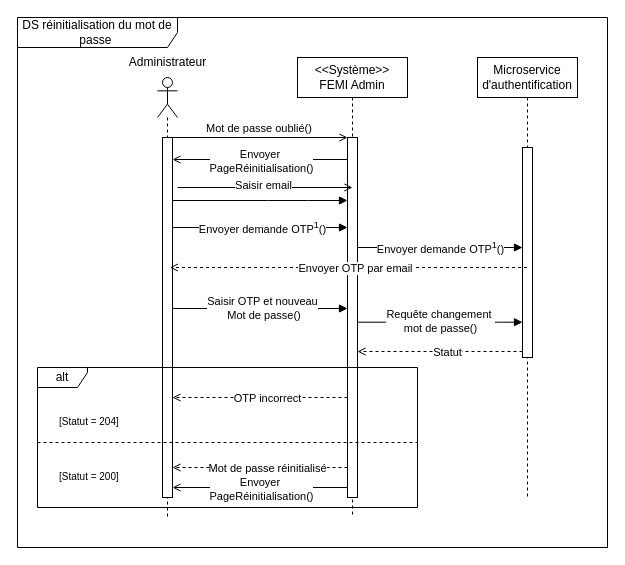
The draw.io diagram page "DS-2-RECUPERATION MOT DE PASSE" (6 of 10) of Diagramme cas d'utiilisation katina.drawio in kbvac/Diagramme-UML, before the edit. Source tidied: cells renumbered, new cells numbered last; positions are measured from the earlier drawing's top-left corner, leaving out a move shared by most shapes. Both pictures are drawn from the tidied source at 100%, with x=0, y=0 at pixel (17, 17).
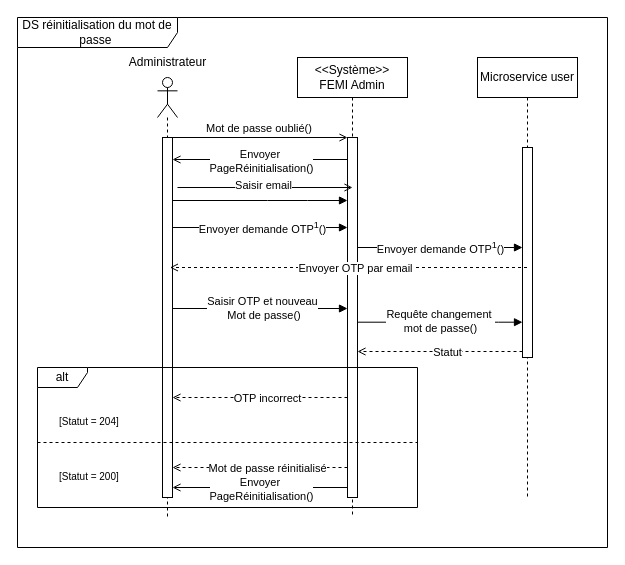
The same page after the edit.

Diff of the diagram source:
```diff
@@
-    <mxCell id="8" value="Microservice d'authentification" style="shape=umlLifeline;perimeter=lifelinePerimeter;whiteSpace=wrap;html=1;outlineConnect=0;portConstraint=eastwest;newEdgeStyle={&quot;edgeStyle&quot;:&quot;elbowEdgeStyle&quot;,&quot;elbow&quot;:&quot;vertical&quot;,&quot;curved&quot;:0,&quot;rounded&quot;:0};" parent="1" vertex="1">
+    <mxCell id="8" value="Microservice user" style="shape=umlLifeline;perimeter=lifelinePerimeter;whiteSpace=wrap;html=1;outlineConnect=0;portConstraint=eastwest;newEdgeStyle={&quot;edgeStyle&quot;:&quot;elbowEdgeStyle&quot;,&quot;elbow&quot;:&quot;vertical&quot;,&quot;curved&quot;:0,&quot;rounded&quot;:0};" parent="1" vertex="1">
       <mxGeometry x="460" y="40" width="100" height="440" as="geometry" />
     </mxCell>
```
